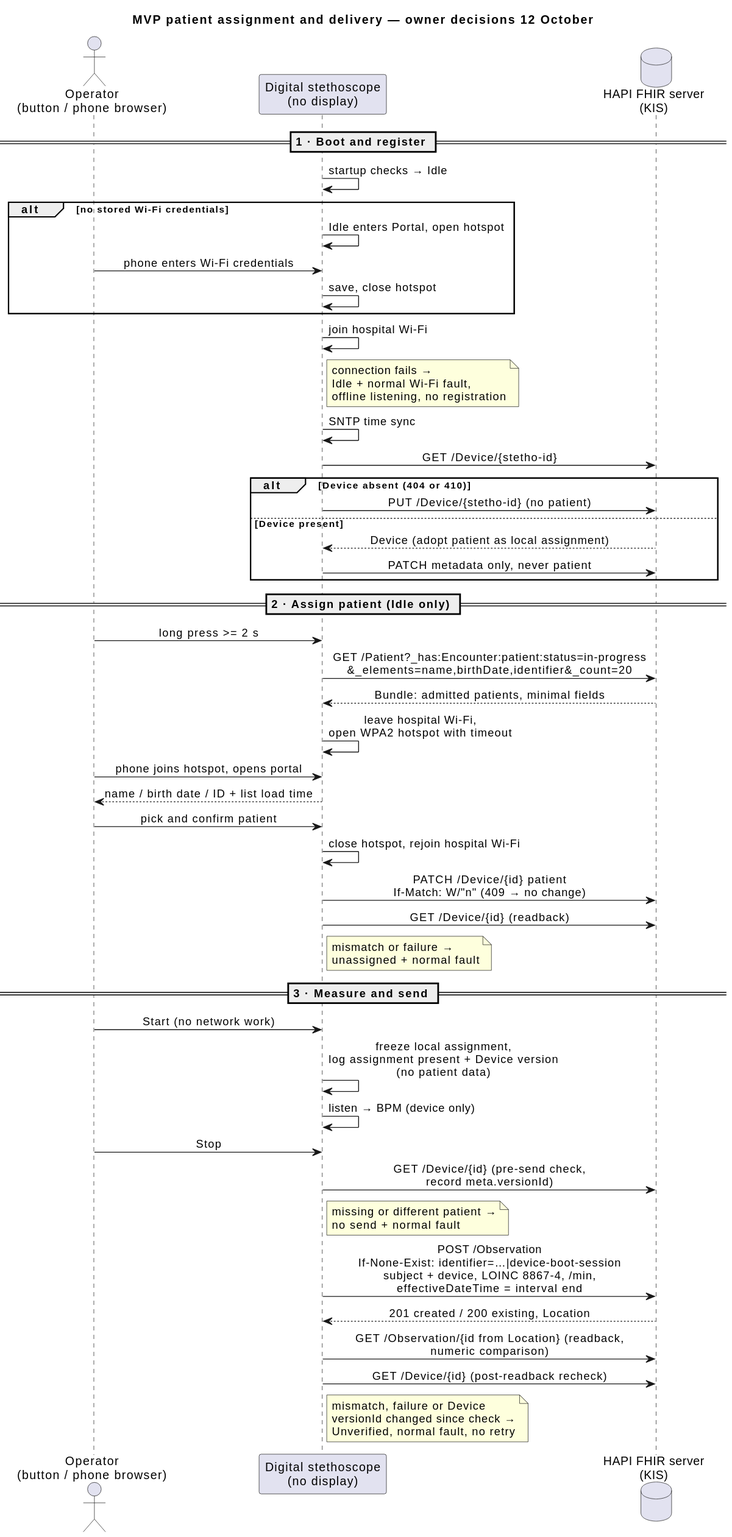
This is Development/system/architecture/rendered/patient_assignment_workflow.svg from DemonicPsychoII/DigitalStethoscope, a PlantUML export, as it was before one commit.
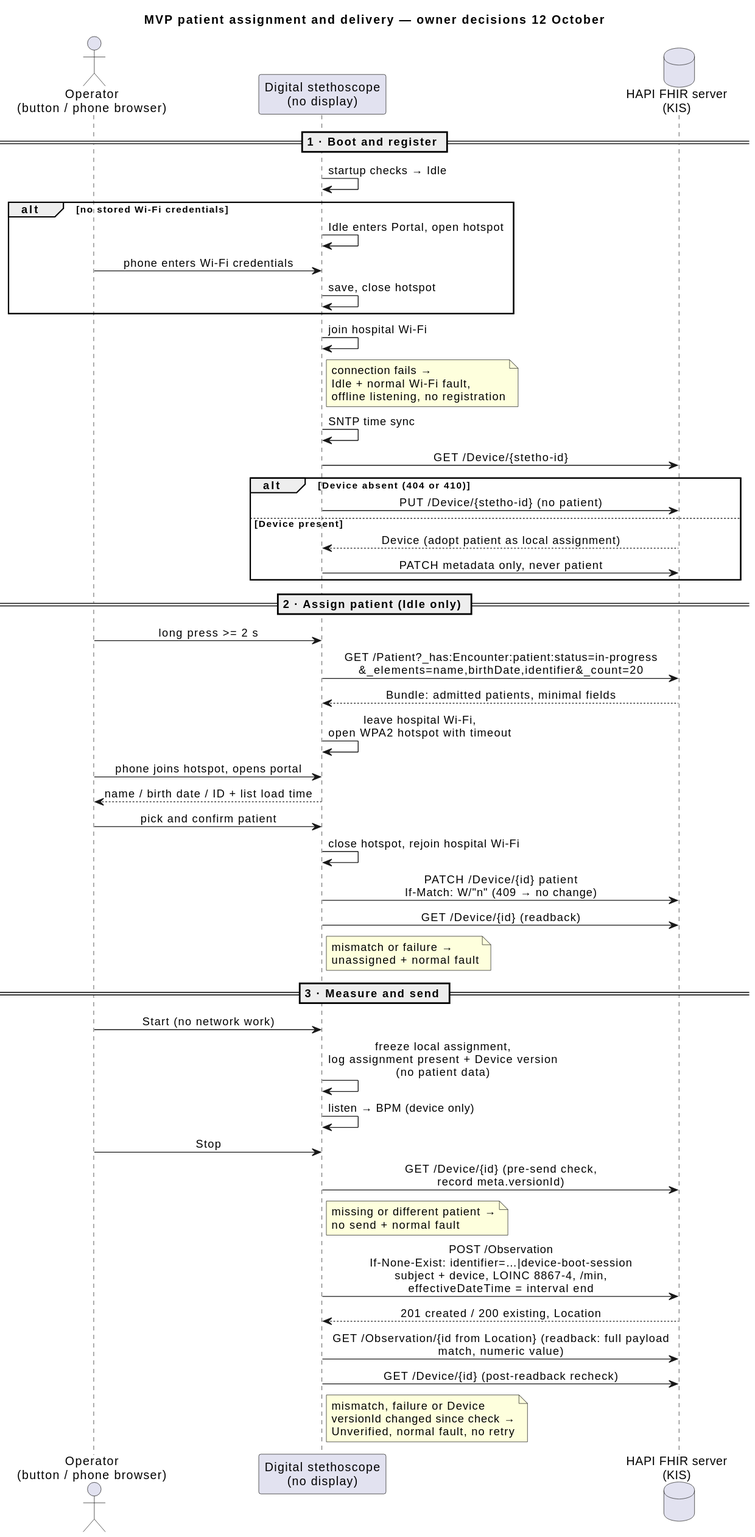
The same file after the commit.

Commit message:
Address review: full-payload readback, collision test, stale PUT

What changed in the source:
```diff
@@ -47,7 +47,7 @@
 note right of dev : missing or different patient →\nno send + normal fault
 dev -> fhir : POST /Observation\nIf-None-Exist: identifier=…|device-boot-session\nsubject + device, LOINC 8867-4, /min,\neffectiveDateTime = interval end
 fhir --> dev : 201 created / 200 existing, Location
-dev -> fhir : GET /Observation/{id from Location} (readback,\nnumeric comparison)
+dev -> fhir : GET /Observation/{id from Location} (readback: full payload\nmatch, numeric value)
 dev -> fhir : GET /Device/{id} (post-readback recheck)
 note right of dev : mismatch, failure or Device\nversionId changed since check →\nUnverified, normal fault, no retry
 @enduml
```
